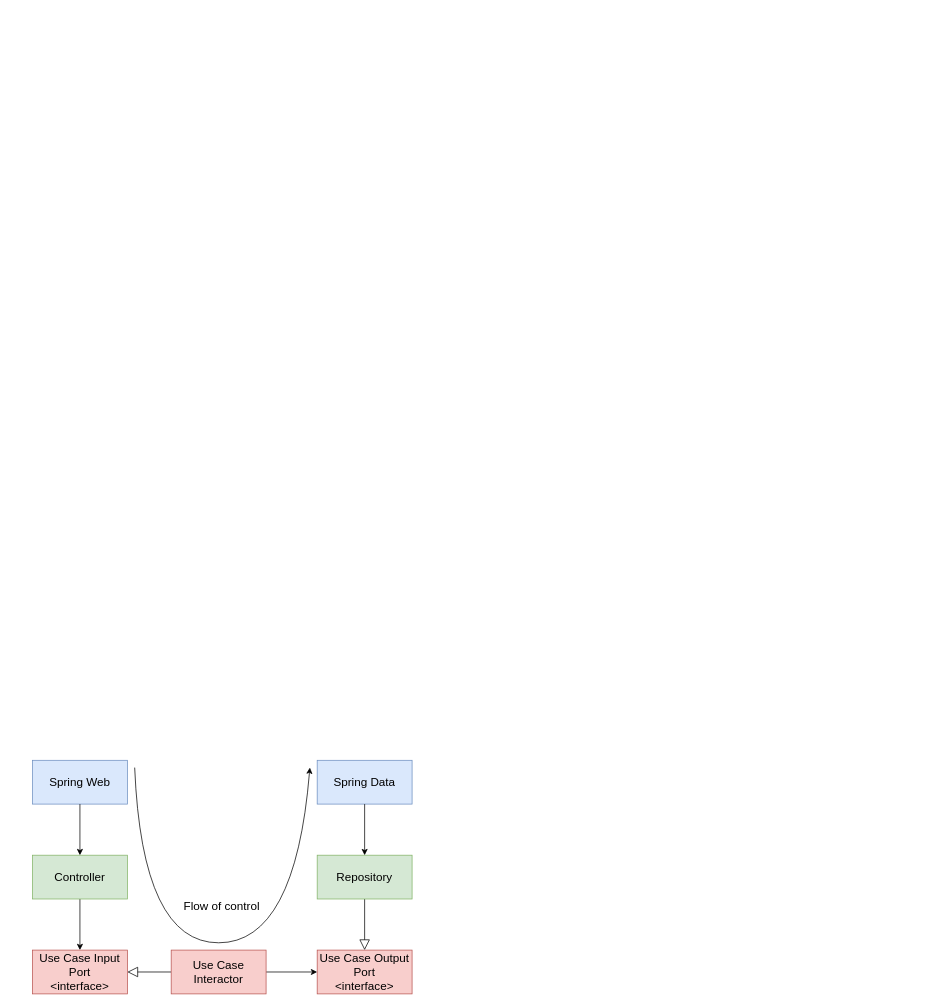
Earlier version of the draw.io diagram page "Clean arch" (3 of 5) of where-to-put-the-service.drawio (zatsepinvl/where-to-put-the-service). Source tidied: cells renumbered, new cells numbered last; positions are measured from the earlier drawing's top-left corner, leaving out a move shared by most shapes. Both pictures are drawn from the tidied source at 73%, with x=0, y=0 at pixel (32, 760).
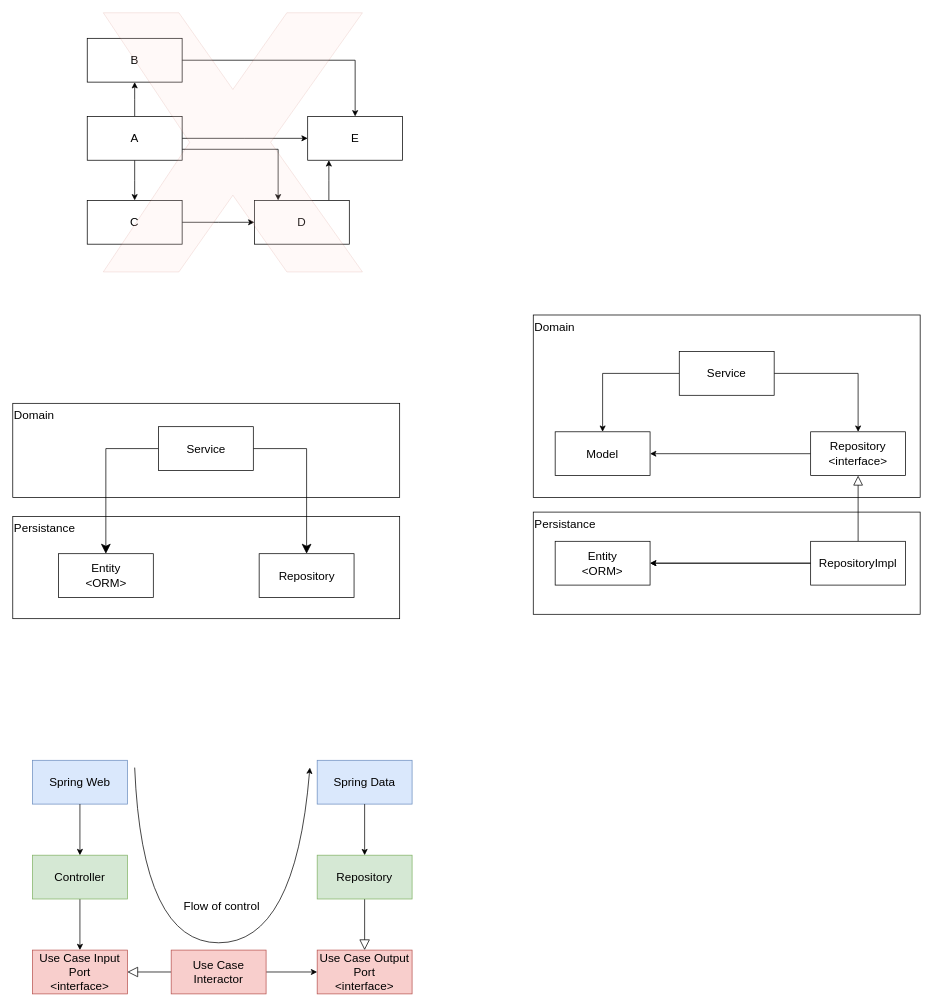
The same diagram, later.

Change to the diagram source:
```diff
@@
+    <mxCell id="16" style="edgeStyle=elbowEdgeStyle;rounded=0;jettySize=auto;html=1;" parent="1" edge="1" source="20" target="27">
+      <mxGeometry relative="1" as="geometry" />
+    </mxCell>
+    <mxCell id="17" style="edgeStyle=elbowEdgeStyle;rounded=0;jettySize=auto;html=1;" parent="1" edge="1" source="20" target="22">
+      <mxGeometry relative="1" as="geometry" />
+    </mxCell>
+    <mxCell id="18" style="edgeStyle=elbowEdgeStyle;rounded=0;jettySize=auto;html=1;" parent="1" edge="1" source="20" target="23">
+      <mxGeometry relative="1" as="geometry" />
+    </mxCell>
+    <mxCell id="19" style="edgeStyle=orthogonalEdgeStyle;rounded=0;jettySize=auto;html=1;exitX=1;exitY=0.75;exitDx=0;exitDy=0;entryX=0.25;entryY=0;entryDx=0;entryDy=0;" parent="1" edge="1" source="20" target="25">
+      <mxGeometry relative="1" as="geometry" />
+    </mxCell>
+    <mxCell id="20" value="A" style="rounded=0;whiteSpace=wrap;html=1;fontFamily=Arial;fontSize=16;shadow=0;" parent="1" vertex="1">
+      <mxGeometry x="75" y="-882" width="130" height="60" as="geometry" />
+    </mxCell>
+    <mxCell id="21" style="edgeStyle=orthogonalEdgeStyle;rounded=0;jettySize=auto;html=1;entryX=0.5;entryY=0;entryDx=0;entryDy=0;" parent="1" edge="1" source="22" target="23">
+      <mxGeometry relative="1" as="geometry" />
+    </mxCell>
+    <mxCell id="22" value="B" style="rounded=0;whiteSpace=wrap;html=1;fontFamily=Arial;fontSize=16;shadow=0;" parent="1" vertex="1">
+      <mxGeometry x="75" y="-989" width="130" height="60" as="geometry" />
+    </mxCell>
+    <mxCell id="23" value="E" style="rounded=0;whiteSpace=wrap;html=1;fontFamily=Arial;fontSize=16;shadow=0;" parent="1" vertex="1">
+      <mxGeometry x="377" y="-882" width="130" height="60" as="geometry" />
+    </mxCell>
+    <mxCell id="24" style="edgeStyle=elbowEdgeStyle;rounded=0;jettySize=auto;html=1;" parent="1" edge="1" source="25" target="23">
+      <mxGeometry relative="1" as="geometry" />
+    </mxCell>
+    <mxCell id="25" value="D" style="rounded=0;whiteSpace=wrap;html=1;fontFamily=Arial;fontSize=16;shadow=0;" parent="1" vertex="1">
+      <mxGeometry x="304" y="-767" width="130" height="60" as="geometry" />
+    </mxCell>
+    <mxCell id="26" style="edgeStyle=elbowEdgeStyle;rounded=0;jettySize=auto;html=1;" parent="1" edge="1" source="27" target="25">
+      <mxGeometry relative="1" as="geometry" />
+    </mxCell>
+    <mxCell id="27" value="C" style="rounded=0;whiteSpace=wrap;html=1;fontFamily=Arial;fontSize=16;shadow=0;" parent="1" vertex="1">
+      <mxGeometry x="75" y="-767" width="130" height="60" as="geometry" />
+    </mxCell>
+    <mxCell id="28" style="verticalLabelPosition=bottom;verticalAlign=top;html=1;shape=mxgraph.basic.x;fontSize=16;fillColor=#fad9d5;strokeColor=#ae4132;opacity=16;" parent="1" vertex="1">
+      <mxGeometry x="97" y="-1024" width="355" height="355" as="geometry" />
+    </mxCell>
+    <mxCell id="29" value="Persistance" style="rounded=0;whiteSpace=wrap;html=1;fontFamily=Arial;fontSize=16;shadow=0;verticalAlign=top;align=left;" parent="1" vertex="1">
+      <mxGeometry x="686" y="-340" width="530" height="140" as="geometry" />
+    </mxCell>
+    <mxCell id="30" value="Domain" style="rounded=0;whiteSpace=wrap;html=1;fontFamily=Arial;fontSize=16;shadow=0;verticalAlign=top;align=left;" parent="1" vertex="1">
+      <mxGeometry x="686" y="-610" width="530" height="250" as="geometry" />
+    </mxCell>
+    <mxCell id="31" style="edgeStyle=orthogonalEdgeStyle;rounded=0;jettySize=auto;html=1;fontSize=16;fontFamily=Arial;" parent="1" edge="1" source="33" target="34">
+      <mxGeometry relative="1" as="geometry" />
+    </mxCell>
+    <mxCell id="32" style="edgeStyle=orthogonalEdgeStyle;rounded=0;jettySize=auto;html=1;fontSize=16;fontFamily=Arial;" parent="1" edge="1" source="33" target="36">
+      <mxGeometry relative="1" as="geometry" />
+    </mxCell>
+    <mxCell id="33" value="Service" style="rounded=0;whiteSpace=wrap;html=1;fontFamily=Arial;fontSize=16;shadow=0;" parent="1" vertex="1">
+      <mxGeometry x="886" y="-560" width="130" height="60" as="geometry" />
+    </mxCell>
+    <mxCell id="34" value="Model" style="rounded=0;whiteSpace=wrap;html=1;fontFamily=Arial;fontSize=16;shadow=0;" parent="1" vertex="1">
+      <mxGeometry x="716" y="-450" width="130" height="60" as="geometry" />
+    </mxCell>
+    <mxCell id="35" style="edgeStyle=orthogonalEdgeStyle;rounded=0;jettySize=auto;html=1;fontSize=16;fontFamily=Arial;" parent="1" edge="1" source="36" target="34">
+      <mxGeometry relative="1" as="geometry" />
+    </mxCell>
+    <mxCell id="36" value="Repository&lt;br style=&quot;font-size: 16px;&quot;&gt;&amp;lt;interface&amp;gt;" style="rounded=0;whiteSpace=wrap;html=1;fontFamily=Arial;fontSize=16;shadow=0;" parent="1" vertex="1">
+      <mxGeometry x="1066" y="-450" width="130" height="60" as="geometry" />
+    </mxCell>
+    <mxCell id="37" style="edgeStyle=orthogonalEdgeStyle;rounded=0;jettySize=auto;html=1;fontSize=16;fontFamily=Arial;" parent="1" edge="1" source="39" target="40">
+      <mxGeometry relative="1" as="geometry" />
+    </mxCell>
+    <mxCell id="38" style="edgeStyle=orthogonalEdgeStyle;rounded=0;jettySize=auto;html=1;endArrow=block;endFill=0;endSize=11;fontSize=16;fontFamily=Arial;" parent="1" edge="1" source="39" target="36">
+      <mxGeometry relative="1" as="geometry" />
+    </mxCell>
+    <mxCell id="39" value="RepositoryImpl" style="rounded=0;whiteSpace=wrap;html=1;fontFamily=Arial;fontSize=16;shadow=0;" parent="1" vertex="1">
+      <mxGeometry x="1066" y="-300" width="130" height="60" as="geometry" />
+    </mxCell>
+    <mxCell id="40" value="Entity&lt;br style=&quot;font-size: 16px;&quot;&gt;&amp;lt;ORM&amp;gt;" style="rounded=0;whiteSpace=wrap;html=1;fontFamily=Arial;fontSize=16;shadow=0;" parent="1" vertex="1">
+      <mxGeometry x="716" y="-300" width="130" height="60" as="geometry" />
+    </mxCell>
+    <mxCell id="41" style="edgeStyle=orthogonalEdgeStyle;rounded=0;jettySize=auto;html=1;fontSize=16;fontFamily=Arial;" parent="1" edge="1" source="39" target="40">
+      <mxGeometry relative="1" as="geometry" />
+    </mxCell>
+    <mxCell id="42" value="Domain" style="rounded=0;whiteSpace=wrap;html=1;fontFamily=Arial;fontSize=16;shadow=0;verticalAlign=top;align=left;" parent="1" vertex="1">
+      <mxGeometry x="-27" y="-489" width="530" height="129" as="geometry" />
+    </mxCell>
+    <mxCell id="43" value="Persistance" style="rounded=0;whiteSpace=wrap;html=1;fontFamily=Arial;fontSize=16;shadow=0;verticalAlign=top;align=left;" parent="1" vertex="1">
+      <mxGeometry x="-27" y="-334" width="530" height="140" as="geometry" />
+    </mxCell>
+    <mxCell id="44" value="Entity&lt;br style=&quot;font-size: 16px;&quot;&gt;&amp;lt;ORM&amp;gt;" style="rounded=0;whiteSpace=wrap;html=1;fontFamily=Arial;fontSize=16;shadow=0;" parent="1" vertex="1">
+      <mxGeometry x="35.5" y="-283" width="130" height="60" as="geometry" />
+    </mxCell>
+    <mxCell id="45" style="edgeStyle=orthogonalEdgeStyle;rounded=0;jettySize=auto;html=1;endArrow=classic;endFill=1;endSize=11;fontFamily=Arial;fontSize=16;" parent="1" edge="1" source="47" target="44">
+      <mxGeometry relative="1" as="geometry" />
+    </mxCell>
+    <mxCell id="46" style="edgeStyle=orthogonalEdgeStyle;rounded=0;jettySize=auto;html=1;endArrow=classic;endFill=1;endSize=11;fontFamily=Arial;fontSize=16;" parent="1" edge="1" source="47" target="48">
+      <mxGeometry relative="1" as="geometry" />
+    </mxCell>
+    <mxCell id="47" value="Service" style="rounded=0;whiteSpace=wrap;html=1;fontFamily=Arial;fontSize=16;shadow=0;" parent="1" vertex="1">
+      <mxGeometry x="172.5" y="-457" width="130" height="60" as="geometry" />
+    </mxCell>
+    <mxCell id="48" value="Repository" style="rounded=0;whiteSpace=wrap;html=1;fontFamily=Arial;fontSize=16;shadow=0;" parent="1" vertex="1">
+      <mxGeometry x="310.5" y="-283" width="130" height="60" as="geometry" />
+    </mxCell>
```
